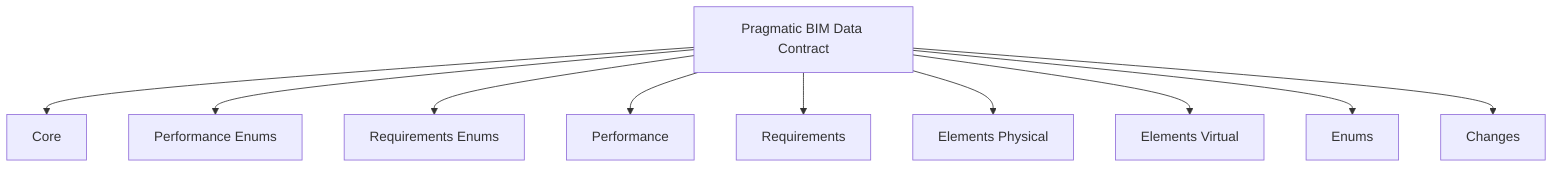
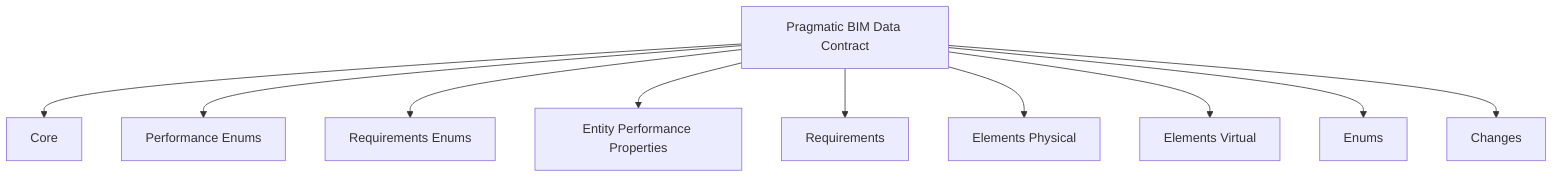
flowchart TB
  Root["Pragmatic BIM Data Contract"]
  Root --> core["Core"]
  Root --> performance_enums["Performance Enums"]
  Root --> requirements_enums["Requirements Enums"]
-   Root --> performance["Performance"]
+   Root --> performance["Entity Performance Properties"]
  Root --> requirements["Requirements"]
  Root --> elements_physical["Elements Physical"]
  Root --> elements_virtual["Elements Virtual"]
  Root --> enums["Enums"]
  Root --> changes["Changes"]
